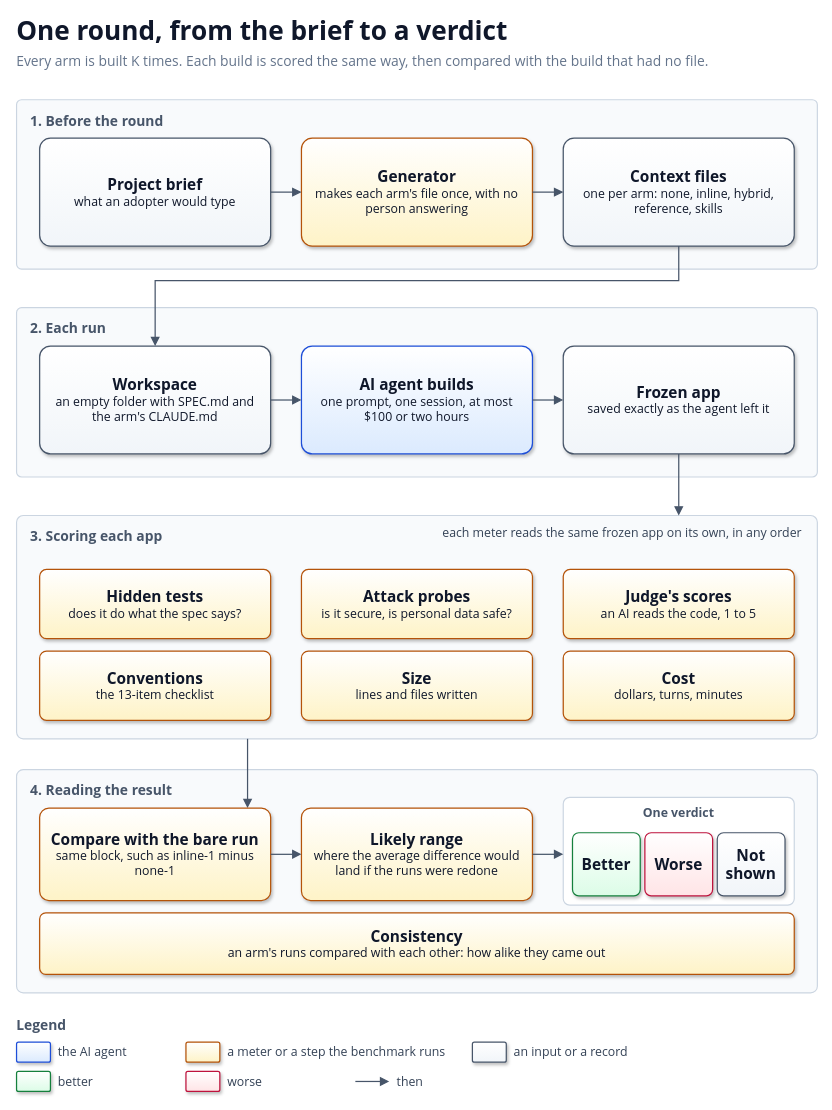
The draw.io diagram docs/diagrams/round-flow.drawio in solid-ai-dev/solid-ai-benchmark, before the edit. Source tidied: cells renumbered, new cells numbered last; positions are measured from the earlier drawing's top-left corner, leaving out a move shared by most shapes. Both pictures are drawn from the tidied source at 77%, with x=0, y=0 at pixel (16, 13).
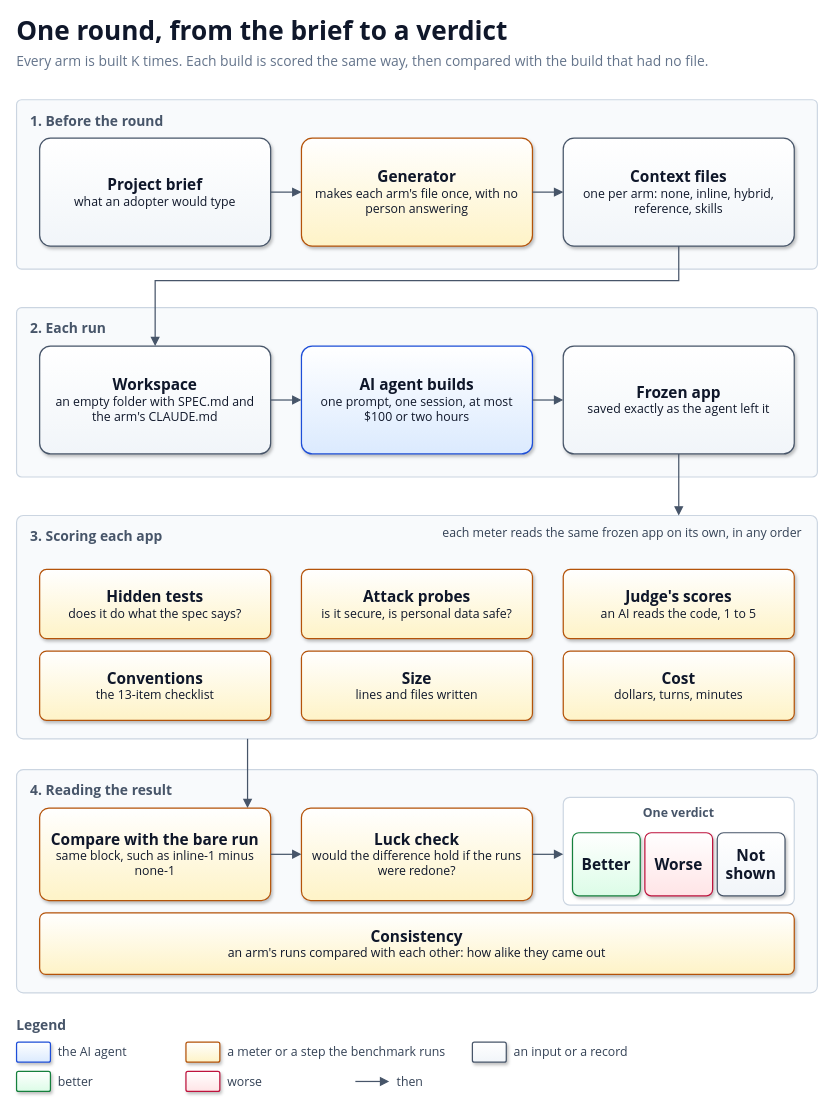
The same page after the edit.

Commit message (it also covers changes not shown here):
docs(primer): the luck check, and one round split into its four stages (#40)

* docs(primer): call the interval step the luck check

Claude-Session: https://claude.ai/code/session_01HVh8GVGd72WUJ3BvM7TXQn

* docs(primer): split one round into its four stages

Section 4 gets a subsection per stage of the round-flow diagram, and the
six meters become a table with the unit each reads in. Section 5 becomes
the verdicts, explained, so its title no longer echoes 4.4.

Claude-Session: https://claude.ai/code/session_01HVh8GVGd72WUJ3BvM7TXQn

---------

Diff of the diagram source:
```diff
@@
-    <mxCell id="29" value="&lt;b style='font-size:20px'&gt;Likely range&lt;/b&gt;&lt;br&gt;&lt;span style='font-size:16px'&gt;where the average difference would land if the runs were redone&lt;/span&gt;" style="rounded=1;arcSize=10;whiteSpace=wrap;html=1;fillColor=#FEF3C7;gradientColor=#FFFFFF;gradientDirection=north;strokeColor=#B45309;strokeWidth=1.6;shadow=1;align=center;verticalAlign=middle;fontFamily=Segoe UI;fontColor=#0F172A;spacing=8;" parent="1" vertex="1">
+    <mxCell id="29" value="&lt;b style='font-size:20px'&gt;Luck check&lt;/b&gt;&lt;br&gt;&lt;span style='font-size:16px'&gt;would the difference hold if the runs were redone?&lt;/span&gt;" style="rounded=1;arcSize=10;whiteSpace=wrap;html=1;fillColor=#FEF3C7;gradientColor=#FFFFFF;gradientDirection=north;strokeColor=#B45309;strokeWidth=1.6;shadow=1;align=center;verticalAlign=middle;fontFamily=Segoe UI;fontColor=#0F172A;spacing=8;" parent="1" vertex="1">
       <mxGeometry x="370" y="1032" width="300" height="120" as="geometry" />
     </mxCell>
```
